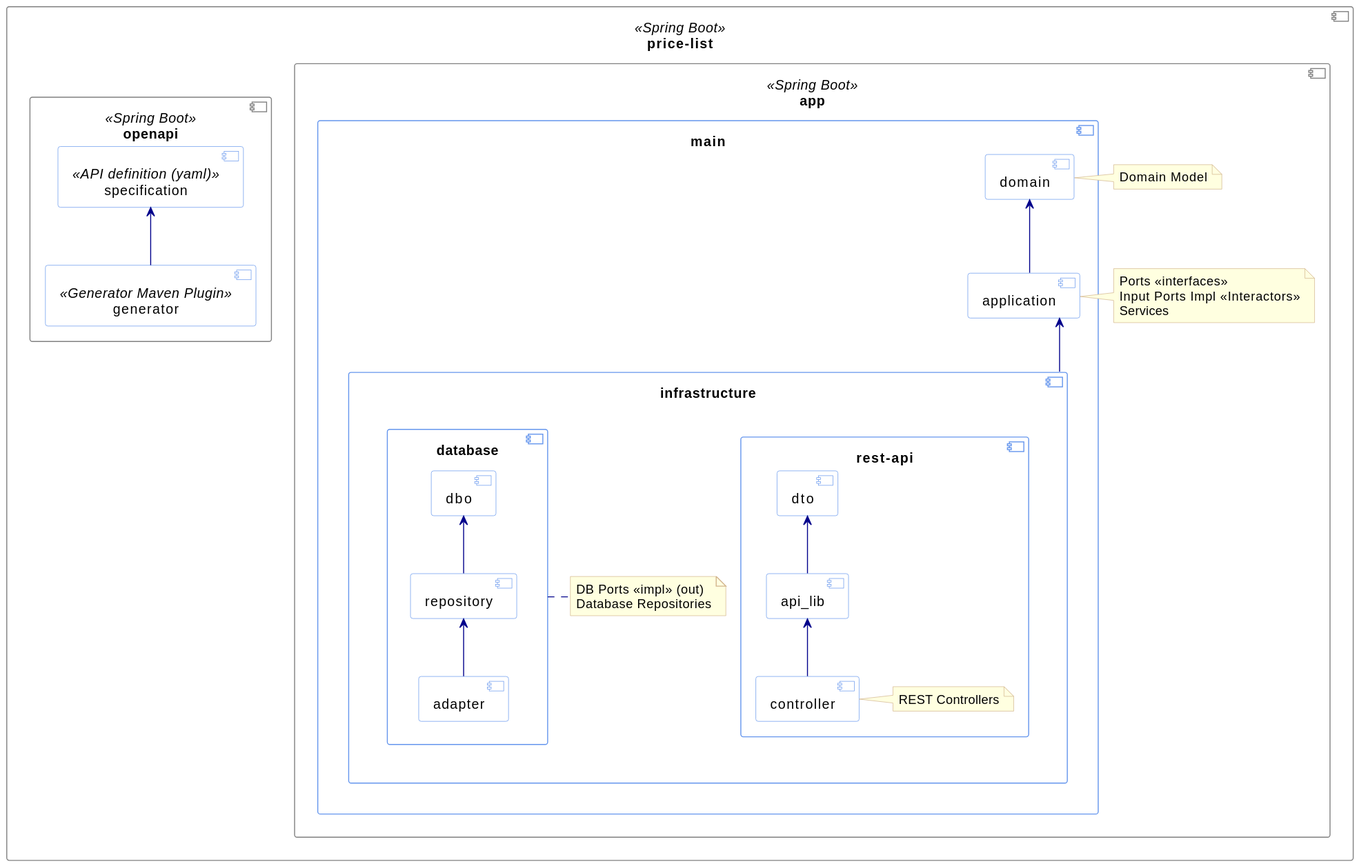
Above: addons/docs/uml/architecture/architecture.svg in avall/swapi-challenge-web-application (PlantUML), before the change. The source it was exported from:
```plantuml
@startuml
skinparam linetype ortho
skinparam component<<Spring Boot>> {
    backgroundColor White
    borderColor Grey
}

skinparam component {
    backgroundColor White
    borderColor CornflowerBlue
    ArrowColor DarkBlue
}
skinparam note {
    backgroundColor LightYellow
    borderColor Tan
}

component [price-list] <<Spring Boot>> as price_list {


component [openapi] <<Spring Boot>> as openapi {
    component [generator] <<Generator Maven Plugin>>
    component [specification] <<API definition (yaml)>>
    generator -up-> specification
}

component [app] <<Spring Boot>> as app {
  component [main] as main {
    component [domain] as domain
    component [application] as application
    component [infrastructure] as infrastructure {
      component [database] as adapterDatabase {
        component dbo
        component repository
        component adapter
        repository -u-> dbo
        adapter -u-> repository
      }
      note bottom of adapterDatabase
        DB Ports <<impl>> (out)
        Database Repositories
      end note
      component [rest-api] as restApi {
        component api_lib
        component dto as restApiDto
        component controller
        api_lib -up-> restApiDto
        controller -up-> api_lib
        note right of controller
          REST Controllers
        end note
      }
    }
  }

  application -up-> domain
  infrastructure -up-> application


  note right of domain
  Domain Model
  end note

  note right of application
  Ports <<interfaces>>
  Input Ports Impl <<Interactors>>
  Services
  end note

}
}
@enduml
```
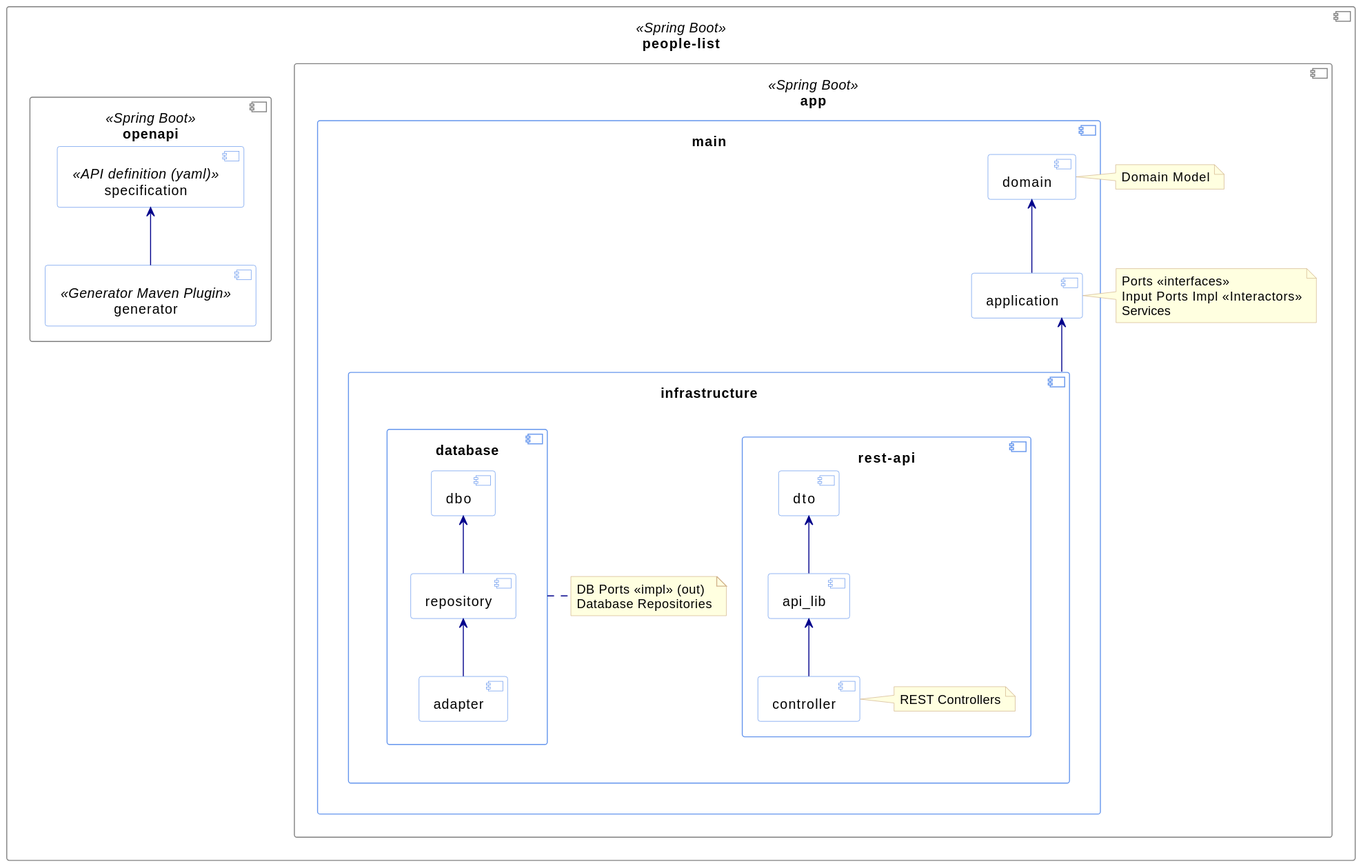
Later version of the same file.

What changed in the source:
```diff
@@ -15,7 +15,7 @@
     borderColor Tan
 }
 
-component [price-list] <<Spring Boot>> as price_list {
+component [people-list] <<Spring Boot>> as people_list {
 
 
 component [openapi] <<Spring Boot>> as openapi {
```
